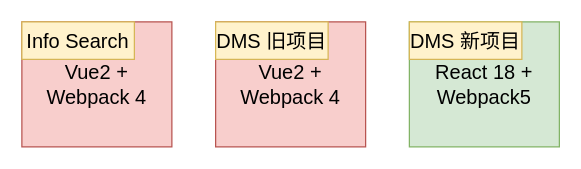
Before: 组件复用现状.drawio in paopao111/draw.io, a draw.io diagram. Source tidied: cells renumbered, new cells numbered last; positions are measured from the earlier drawing's top-left corner, leaving out a move shared by most shapes. Both pictures are drawn from the tidied source at 125%, with x=0, y=0 at pixel (21, 21).
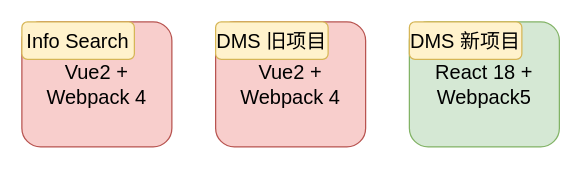
The same page after the edit.

Commit message (it also covers changes not shown here):
更新组件复用现状.drawio

Diff of the diagram source:
```diff
@@
 <mxGraphModel>
   <root>
     <mxCell id="0" />
     <mxCell id="1" parent="0" />
-    <mxCell id="2" value="Vue2 + Webpack 4" style="rounded=0;whiteSpace=wrap;html=1;fillColor=#f8cecc;strokeColor=#b85450;fontSize=16;" parent="1" vertex="1">
+    <mxCell id="2" value="Vue2 + Webpack 4" style="rounded=1;whiteSpace=wrap;html=1;fillColor=#f8cecc;strokeColor=#b85450;fontSize=16;" parent="1" vertex="1">
       <mxGeometry x="155" width="120" height="100" as="geometry" />
     </mxCell>
-    <mxCell id="3" value="DMS 旧项目" style="text;html=1;strokeColor=#d6b656;fillColor=#fff2cc;align=center;verticalAlign=middle;whiteSpace=wrap;rounded=0;fontSize=16;" parent="1" vertex="1">
+    <mxCell id="3" value="DMS 旧项目" style="text;html=1;strokeColor=#d6b656;fillColor=#fff2cc;align=center;verticalAlign=middle;whiteSpace=wrap;rounded=1;fontSize=16;" parent="1" vertex="1">
       <mxGeometry x="155" width="90" height="30" as="geometry" />
     </mxCell>
-    <mxCell id="4" value="React 18 + Webpack5" style="rounded=0;whiteSpace=wrap;html=1;fillColor=#d5e8d4;strokeColor=#82b366;fontSize=16;" parent="1" vertex="1">
+    <mxCell id="4" value="React 18 + Webpack5" style="rounded=1;whiteSpace=wrap;html=1;fillColor=#d5e8d4;strokeColor=#82b366;fontSize=16;" parent="1" vertex="1">
       <mxGeometry x="310" width="120" height="100" as="geometry" />
     </mxCell>
-    <mxCell id="5" value="DMS 新项目" style="text;html=1;strokeColor=#d6b656;fillColor=#fff2cc;align=center;verticalAlign=middle;whiteSpace=wrap;rounded=0;fontSize=16;" parent="1" vertex="1">
+    <mxCell id="5" value="DMS 新项目" style="text;html=1;strokeColor=#d6b656;fillColor=#fff2cc;align=center;verticalAlign=middle;whiteSpace=wrap;rounded=1;fontSize=16;" parent="1" vertex="1">
       <mxGeometry x="310" width="90" height="30" as="geometry" />
     </mxCell>
-    <mxCell id="6" value="Vue2 + Webpack 4" style="rounded=0;whiteSpace=wrap;html=1;fillColor=#f8cecc;strokeColor=#b85450;fontSize=16;" parent="1" vertex="1">
+    <mxCell id="6" value="Vue2 + Webpack 4" style="rounded=1;whiteSpace=wrap;html=1;fillColor=#f8cecc;strokeColor=#b85450;fontSize=16;" parent="1" vertex="1">
       <mxGeometry width="120" height="100" as="geometry" />
     </mxCell>
-    <mxCell id="7" value="Info Search" style="text;html=1;strokeColor=#d6b656;fillColor=#fff2cc;align=center;verticalAlign=middle;whiteSpace=wrap;rounded=0;fontSize=16;" parent="1" vertex="1">
+    <mxCell id="7" value="Info Search" style="text;html=1;strokeColor=#d6b656;fillColor=#fff2cc;align=center;verticalAlign=middle;whiteSpace=wrap;rounded=1;fontSize=16;" parent="1" vertex="1">
       <mxGeometry width="90" height="30" as="geometry" />
     </mxCell>
   </root>
 </mxGraphModel>
```
